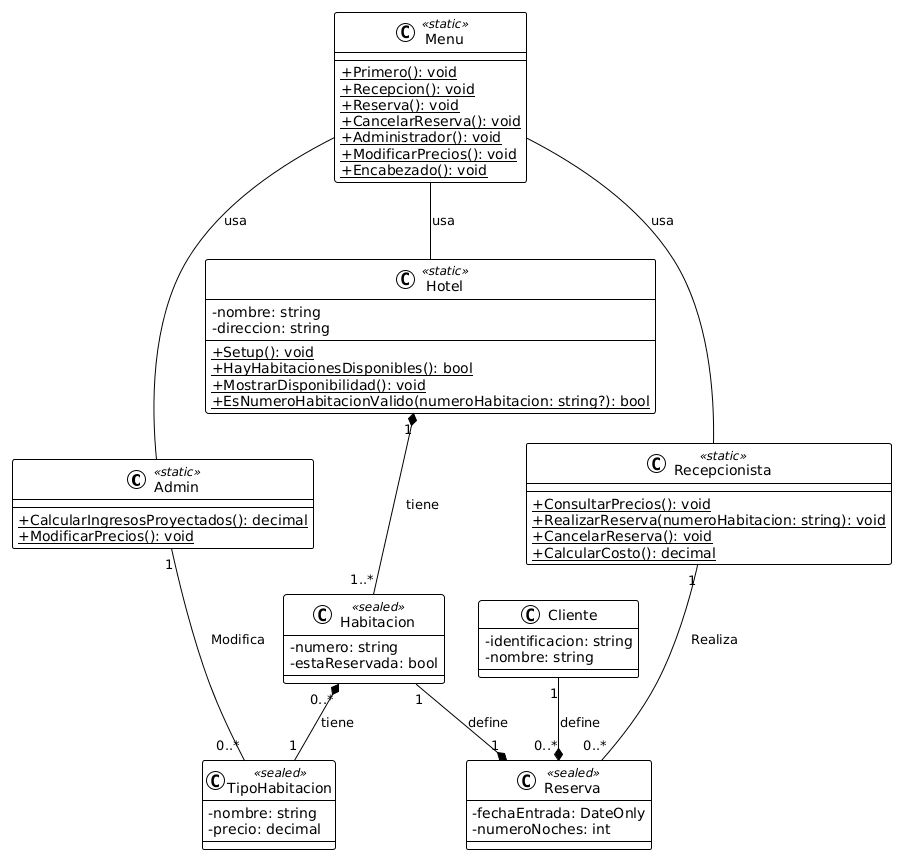
Above: Diagrams/Diagrama de clases.png in JoseVahos/HotelSystemRepo (PlantUML), before the change.
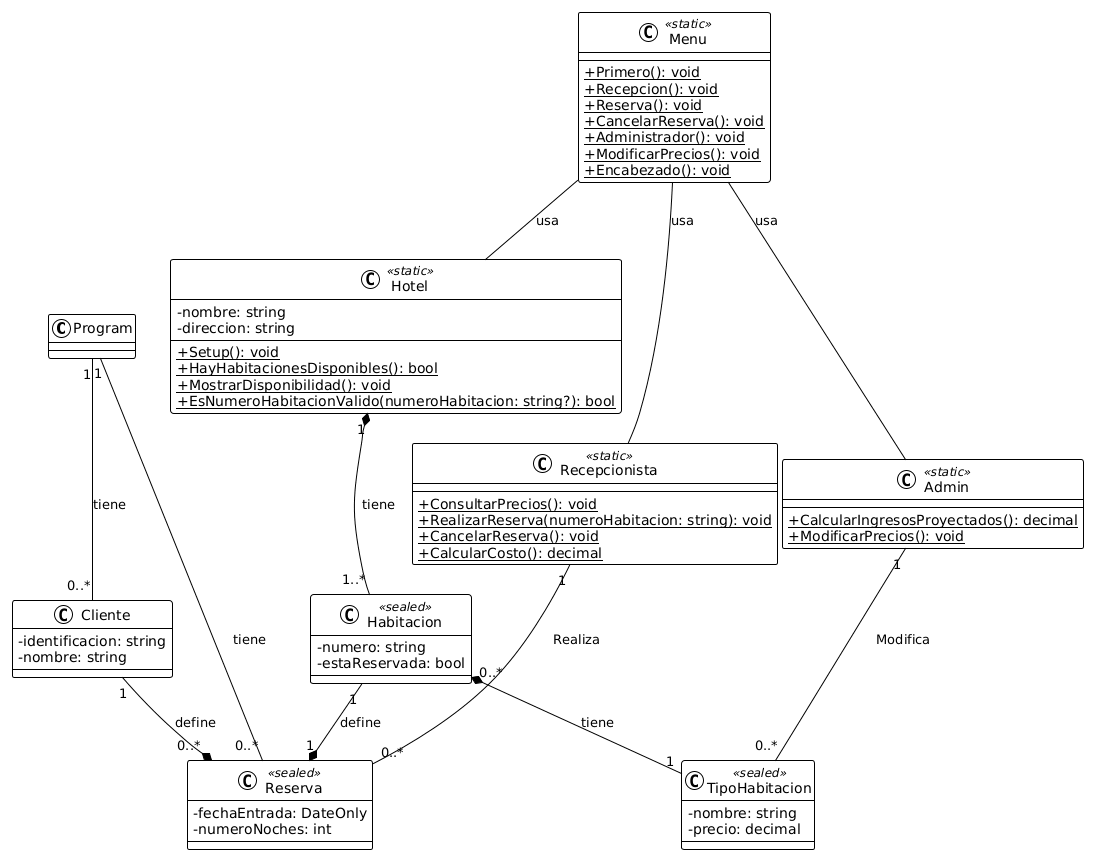
Later version of the same file.

The edit, as a diff of the source:
```diff
@@ -2,6 +2,7 @@
 skinparam classAttributeIconSize 0
 !theme plain
 
+class Program{}
 class Admin <<static>>{
     {static} +CalcularIngresosProyectados(): decimal
     {static} +ModificarPrecios(): void
@@ -56,6 +57,9 @@
 
 Hotel "1" *-- "1..*" Habitacion : tiene
 
+Program "1" -- "0..*" Cliente : tiene
+Program "1" -- "0..*" Reserva: tiene
+
 Menu -- Hotel : usa
 Menu -- Admin : usa
 Menu -- Recepcionista : usa
```
